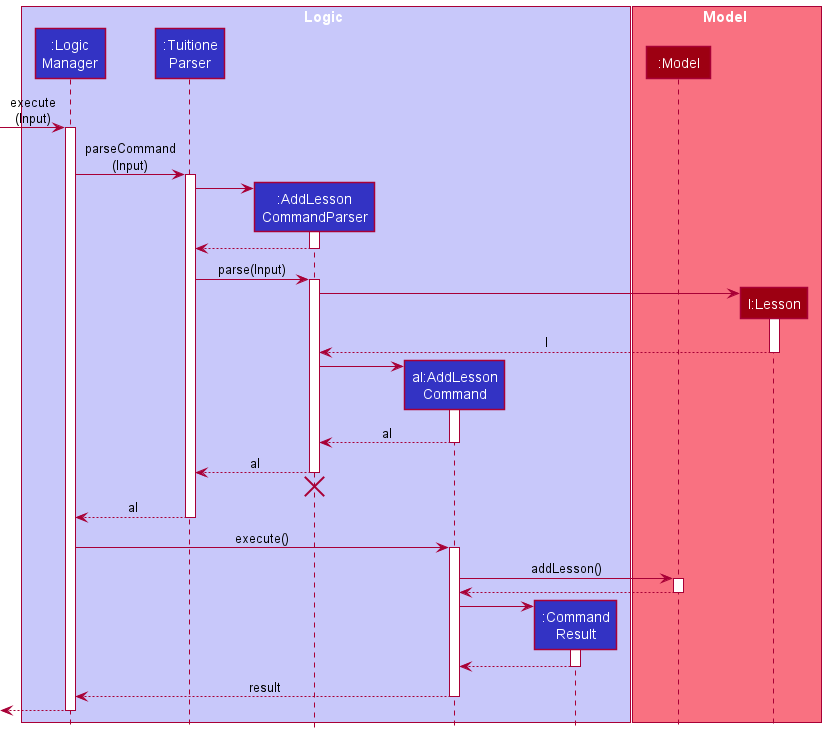
Above: docs/images/DeveloperGuideImage/AddLessonSequenceDiagram.png in nus-cs2103-AY2122S1/tp (PlantUML), before the change.
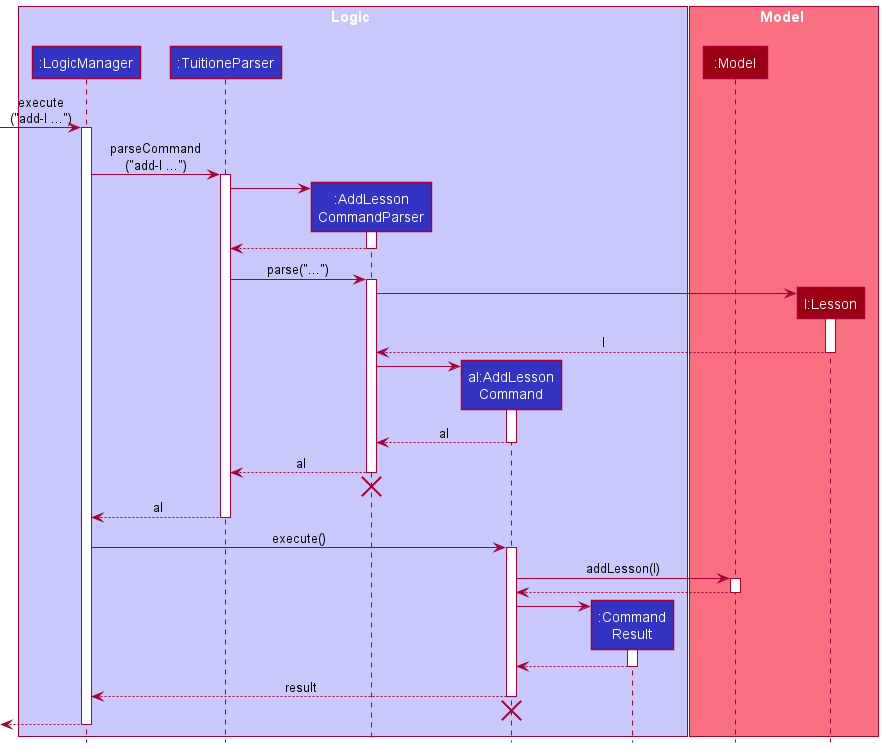
Later version of the same file.

Commit message:
Update delete lesson diagrams

Diff of the diagram source:
```diff
@@ -2,8 +2,8 @@
 !include style.puml
 
 box Logic LOGIC_COLOR_T1
-participant ":Logic\nManager" as LogicManager LOGIC_COLOR
-participant ":Tuitione\nParser" as TuitioneParser LOGIC_COLOR
+participant ":LogicManager" as LogicManager LOGIC_COLOR
+participant ":TuitioneParser" as TuitioneParser LOGIC_COLOR
 participant ":AddLesson\nCommandParser" as AddLessonCommandParser LOGIC_COLOR
 participant "al:AddLesson\nCommand" as AddLessonCommand LOGIC_COLOR
 participant ":Command\nResult" as CommandResult LOGIC_COLOR
@@ -14,10 +14,10 @@
 participant "l:Lesson" as Lesson MODEL_COLOR
 end box
 
-[-> LogicManager : execute\n(Input)
+[-> LogicManager : execute\n("add-l ...")
 activate LogicManager
 
-LogicManager -> TuitioneParser : parseCommand\n(Input)
+LogicManager -> TuitioneParser : parseCommand\n("add-l ...")
 activate TuitioneParser
 
 create AddLessonCommandParser
@@ -27,7 +27,7 @@
 AddLessonCommandParser --> TuitioneParser
 deactivate AddLessonCommandParser
 
-TuitioneParser -> AddLessonCommandParser : parse(Input)
+TuitioneParser -> AddLessonCommandParser : parse("...")
 activate AddLessonCommandParser
 
 create Lesson
@@ -55,7 +55,7 @@
 LogicManager -> AddLessonCommand : execute()
 activate AddLessonCommand
 
-AddLessonCommand -> Model : addLesson()
+AddLessonCommand -> Model : addLesson(l)
 activate Model
 
 Model --> AddLessonCommand
@@ -70,6 +70,8 @@
 
 AddLessonCommand --> LogicManager : result
 deactivate AddLessonCommand
+AddLessonCommand -[hidden]-> LogicManager
+destroy AddLessonCommand
 
 [<--LogicManager
 deactivate LogicManager
```
